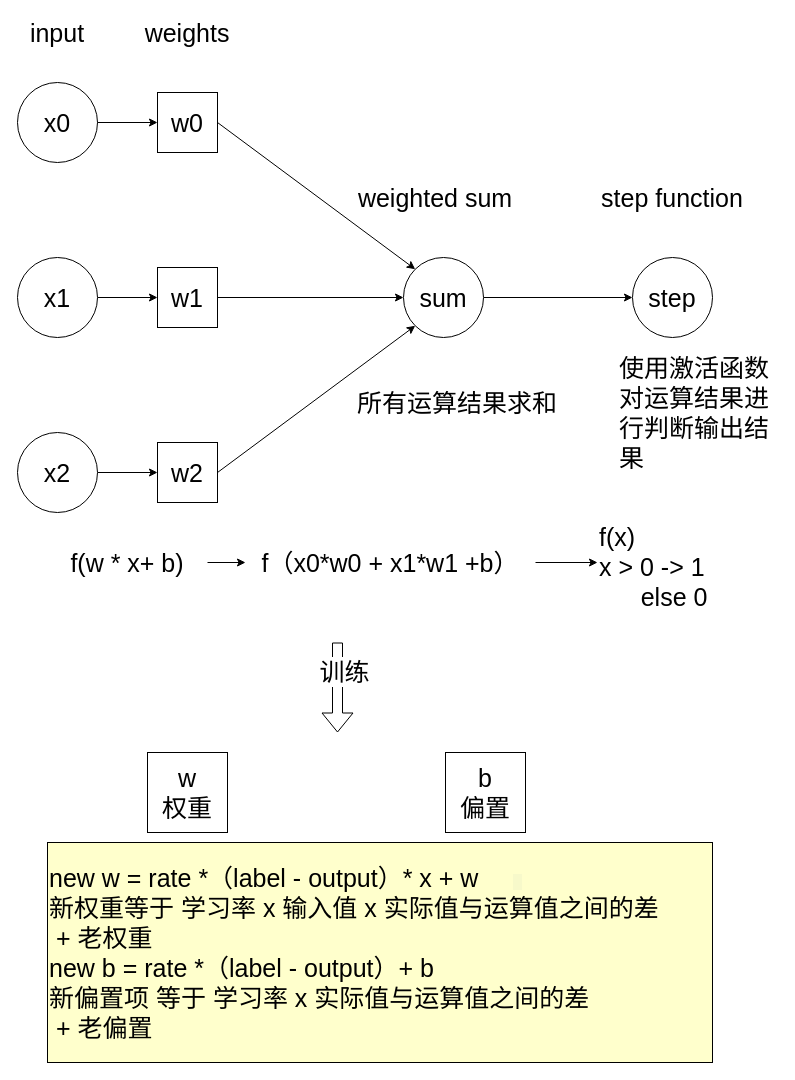
This is 感知器.drawio from lxf2806230005/study, a draw.io file, before an edit. Source tidied: cells renumbered, new cells numbered last; positions are measured from the earlier drawing's top-left corner, leaving out a move shared by most shapes. Both pictures are drawn from the tidied source at 100%, with x=0, y=0 at pixel (17, 22).
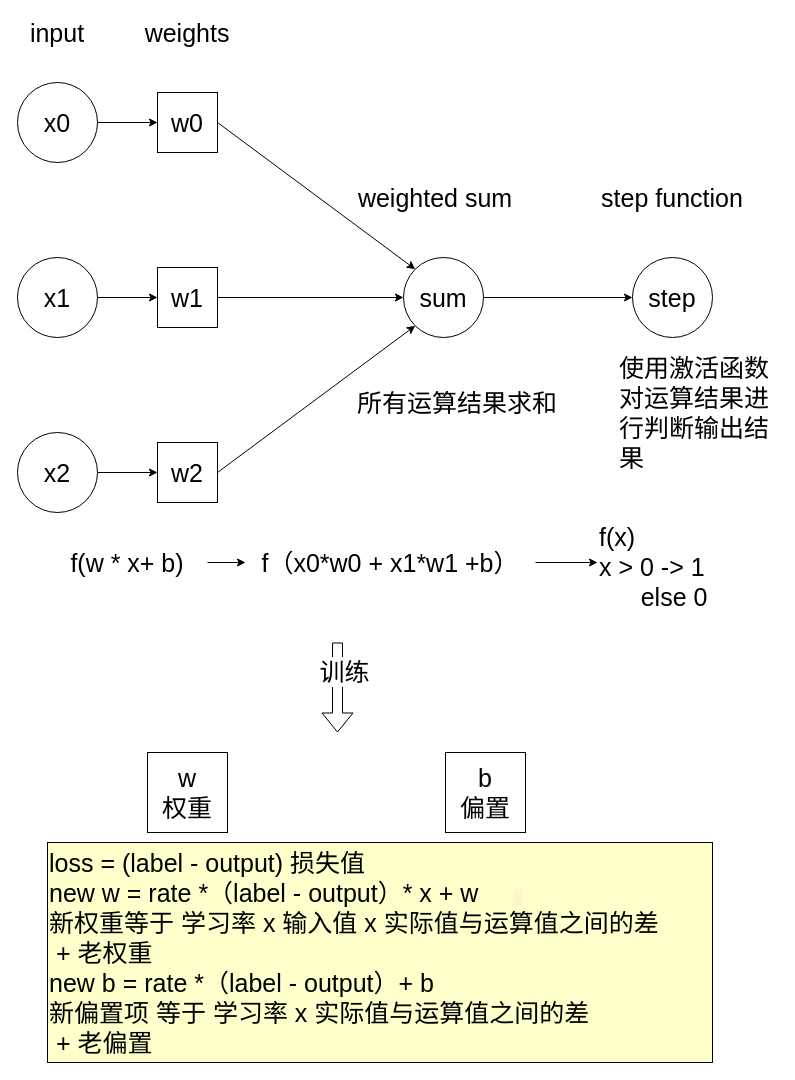
The same page after the edit.

Commit message:
更新感知器.drawio

The edit, as a diff of the source:
```diff
@@
-    <mxCell id="32" value="new w = rate *（label - output）* x + w&amp;nbsp; &amp;nbsp; &amp;nbsp;&lt;span class=&quot;pln&quot; style=&quot;font-family: &amp;#34;monaco&amp;#34; , &amp;#34;menlo&amp;#34; , &amp;#34;consolas&amp;#34; , &amp;#34;courier new&amp;#34; , monospace ; font-size: 14px ; white-space: pre-wrap ; background-color: rgba(102 , 128 , 153 , 0.05)&quot;&gt; &lt;/span&gt;&lt;br&gt;新权重等于 学习率 x 输入值 x 实际值与运算值之间的差&lt;br&gt;&amp;nbsp;+ 老权重&lt;br&gt;new b = rate *（label - output）+ b&lt;br&gt;新偏置项 等于 学习率 x 实际值与运算值之间的差&lt;br&gt;&amp;nbsp;+ 老偏置" style="text;html=1;align=left;verticalAlign=middle;whiteSpace=wrap;rounded=0;fontSize=25;strokeColor=#000000;fillColor=#FFFFCC;" parent="1" vertex="1">
+    <mxCell id="32" value="loss = (label - output) 损失值&lt;br&gt;new w = rate *（label - output）* x + w&amp;nbsp; &amp;nbsp; &amp;nbsp;&lt;span class=&quot;pln&quot; style=&quot;font-family: &amp;#34;monaco&amp;#34; , &amp;#34;menlo&amp;#34; , &amp;#34;consolas&amp;#34; , &amp;#34;courier new&amp;#34; , monospace ; font-size: 14px ; white-space: pre-wrap ; background-color: rgba(102 , 128 , 153 , 0.05)&quot;&gt; &lt;/span&gt;&lt;br&gt;新权重等于 学习率 x 输入值 x 实际值与运算值之间的差&lt;br&gt;&amp;nbsp;+ 老权重&lt;br&gt;new b = rate *（label - output）+ b&lt;br&gt;新偏置项 等于 学习率 x 实际值与运算值之间的差&lt;br&gt;&amp;nbsp;+ 老偏置" style="text;html=1;align=left;verticalAlign=middle;whiteSpace=wrap;rounded=0;fontSize=25;strokeColor=#000000;fillColor=#FFFFCC;" parent="1" vertex="1">
       <mxGeometry x="30" y="820" width="665" height="220" as="geometry" />
     </mxCell>
```
